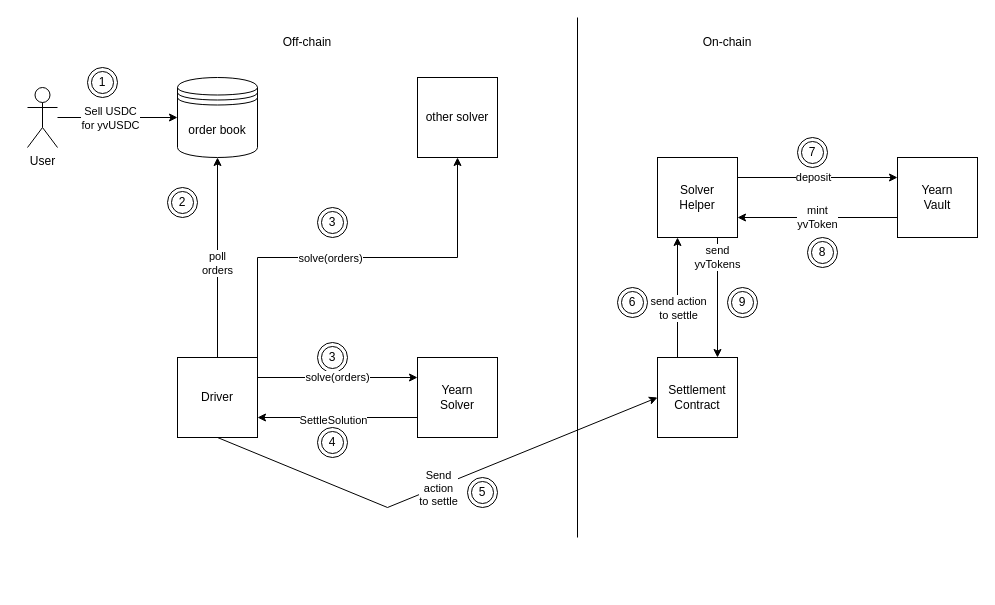
Earlier version of the draw.io diagram solver/SolverHelper.drawio (pata-eth/diagrams). Source tidied: cells renumbered, new cells numbered last; positions are measured from the earlier drawing's top-left corner, leaving out a move shared by most shapes. Both pictures are drawn from the tidied source at 100%, with x=0, y=0 at pixel (27, 17).
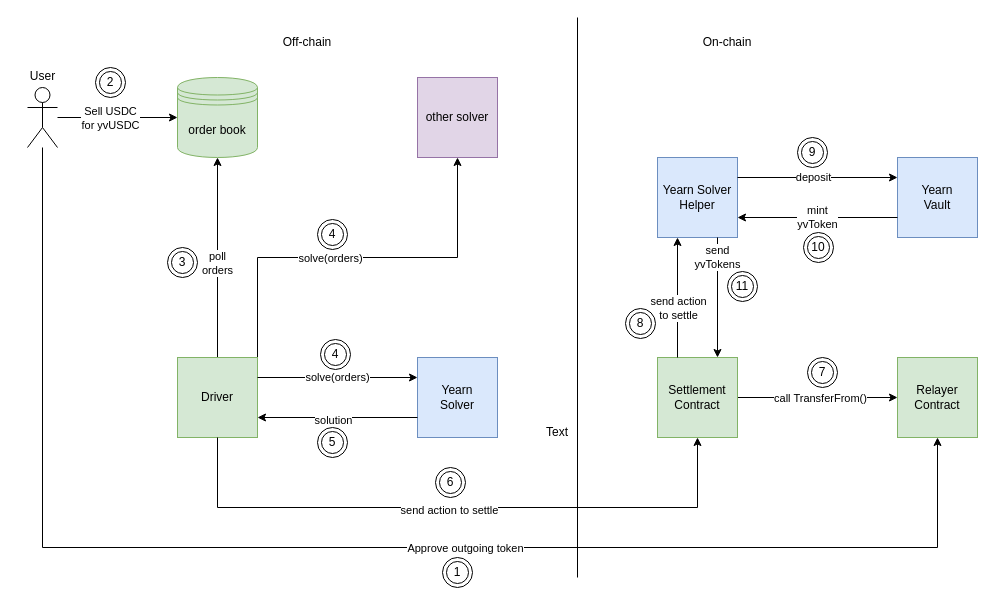
The same diagram, later.

Unchanged cells that the change refers to:
```xml
<mxCell id="22" style="endArrow=classic;html=1;rounded=0;exitX=0;exitY=0.75;exitDx=0;exitDy=0;entryX=1;entryY=0.75;entryDx=0;entryDy=0;" parent="1" edge="1" source="7" target="13">
  <mxGeometry relative="1" as="geometry" />
</mxCell>
```

What changed in the source:
```diff
@@
+    <mxCell id="40" style="edgeStyle=orthogonalEdgeStyle;rounded=0;jettySize=auto;html=1;entryX=0.5;entryY=1;entryDx=0;entryDy=0;" parent="1" edge="1" source="4" target="45">
+      <mxGeometry relative="1" as="geometry">
+        <Array as="points">
+          <mxPoint x="15" y="530" />
+          <mxPoint x="910" y="530" />
+        </Array>
+      </mxGeometry>
+    </mxCell>
+    <mxCell id="41" value="Approve outgoing token" style="edgeLabel;html=1;align=center;verticalAlign=middle;" parent="40" vertex="1">
+      <mxGeometry x="0.17" relative="1" as="geometry" />
+    </mxCell>
-    <mxCell id="4" value="User" style="shape=umlActor;verticalLabelPosition=bottom;verticalAlign=top;html=1;outlineConnect=0;" parent="1" vertex="1">
+    <mxCell id="4" style="shape=umlActor;verticalLabelPosition=bottom;verticalAlign=top;html=1;outlineConnect=0;" parent="1" vertex="1">
       <mxGeometry y="70" width="30" height="60" as="geometry" />
     </mxCell>
-    <mxCell id="5" value="order book" style="shape=datastore;whiteSpace=wrap;html=1;" parent="1" vertex="1">
+    <mxCell id="5" value="order book" style="shape=datastore;whiteSpace=wrap;html=1;fillColor=#d5e8d4;strokeColor=#82b366;" parent="1" vertex="1">
       <mxGeometry x="150" y="60" width="80" height="80" as="geometry" />
     </mxCell>
     <mxCell id="6" style="endArrow=none;html=1;rounded=0;" parent="1" edge="1">
       <mxGeometry relative="1" as="geometry">
-        <mxPoint x="550" y="520" as="sourcePoint" />
+        <mxPoint x="550" y="560" as="sourcePoint" />
         <mxPoint x="550" as="targetPoint" />
       </mxGeometry>
     </mxCell>
-    <mxCell id="7" value="Yearn &lt;br&gt;Solver" style="whiteSpace=wrap;html=1;" parent="1" vertex="1">
+    <mxCell id="7" value="Yearn &lt;br&gt;Solver" style="whiteSpace=wrap;html=1;fillColor=#dae8fc;strokeColor=#6c8ebf;" parent="1" vertex="1">
       <mxGeometry x="390" y="340" width="80" height="80" as="geometry" />
     </mxCell>
+    <mxCell id="42" style="edgeStyle=orthogonalEdgeStyle;rounded=0;jettySize=auto;html=1;exitX=1;exitY=0.5;exitDx=0;exitDy=0;entryX=0;entryY=0.5;entryDx=0;entryDy=0;" parent="1" edge="1" source="8" target="45">
+      <mxGeometry relative="1" as="geometry" />
+    </mxCell>
+    <mxCell id="43" value="call TransferFrom()" style="edgeLabel;html=1;align=center;verticalAlign=middle;" parent="42" vertex="1">
+      <mxGeometry x="0.21" relative="1" as="geometry">
+        <mxPoint x="-15" as="offset" />
+      </mxGeometry>
+    </mxCell>
-    <mxCell id="8" value="Settlement Contract" style="whiteSpace=wrap;html=1;" parent="1" vertex="1">
+    <mxCell id="8" value="Settlement Contract" style="whiteSpace=wrap;html=1;fillColor=#d5e8d4;strokeColor=#82b366;" parent="1" vertex="1">
       <mxGeometry x="630" y="340" width="80" height="80" as="geometry" />
     </mxCell>
@@
-    <mxCell id="13" value="Driver" style="whiteSpace=wrap;html=1;" parent="1" vertex="1">
+    <mxCell id="13" value="Driver" style="whiteSpace=wrap;html=1;fillColor=#d5e8d4;strokeColor=#82b366;" parent="1" vertex="1">
       <mxGeometry x="150" y="340" width="80" height="80" as="geometry" />
     </mxCell>
-    <mxCell id="14" value="other solver" style="whiteSpace=wrap;html=1;" parent="1" vertex="1">
+    <mxCell id="14" value="other solver" style="whiteSpace=wrap;html=1;fillColor=#e1d5e7;strokeColor=#9673a6;" parent="1" vertex="1">
       <mxGeometry x="390" y="60" width="80" height="80" as="geometry" />
     </mxCell>
-    <mxCell id="15" value="1" style="ellipse;shape=doubleEllipse;whiteSpace=wrap;html=1;" parent="1" vertex="1">
-      <mxGeometry x="60" y="50" width="30" height="30" as="geometry" />
+    <mxCell id="15" value="2" style="ellipse;shape=doubleEllipse;whiteSpace=wrap;html=1;" parent="1" vertex="1">
+      <mxGeometry x="68" y="50" width="30" height="30" as="geometry" />
     </mxCell>
-    <mxCell id="16" value="2" style="ellipse;shape=doubleEllipse;whiteSpace=wrap;html=1;" parent="1" vertex="1">
-      <mxGeometry x="140" y="170" width="30" height="30" as="geometry" />
+    <mxCell id="16" value="3" style="ellipse;shape=doubleEllipse;whiteSpace=wrap;html=1;" parent="1" vertex="1">
+      <mxGeometry x="140" y="230" width="30" height="30" as="geometry" />
     </mxCell>
-    <mxCell id="17" value="3" style="ellipse;shape=doubleEllipse;whiteSpace=wrap;html=1;" parent="1" vertex="1">
-      <mxGeometry x="290" y="190" width="30" height="30" as="geometry" />
+    <mxCell id="17" value="4" style="ellipse;shape=doubleEllipse;whiteSpace=wrap;html=1;" parent="1" vertex="1">
+      <mxGeometry x="290" y="202" width="30" height="30" as="geometry" />
     </mxCell>
-    <mxCell id="18" value="3" style="ellipse;shape=doubleEllipse;whiteSpace=wrap;html=1;" parent="1" vertex="1">
-      <mxGeometry x="290" y="325" width="30" height="30" as="geometry" />
+    <mxCell id="18" value="4" style="ellipse;shape=doubleEllipse;whiteSpace=wrap;html=1;" parent="1" vertex="1">
+      <mxGeometry x="293" y="322" width="30" height="30" as="geometry" />
     </mxCell>
-    <mxCell id="19" value="4" style="ellipse;shape=doubleEllipse;whiteSpace=wrap;html=1;" parent="1" vertex="1">
+    <mxCell id="19" value="5" style="ellipse;shape=doubleEllipse;whiteSpace=wrap;html=1;" parent="1" vertex="1">
       <mxGeometry x="290" y="410" width="30" height="30" as="geometry" />
     </mxCell>
@@
-    <mxCell id="23" value="SettleSolution" style="edgeLabel;html=1;align=center;verticalAlign=middle;" parent="22" vertex="1">
+    <mxCell id="23" value="solution" style="edgeLabel;html=1;align=center;verticalAlign=middle;" parent="22" vertex="1">
       <mxGeometry x="0.15" y="2" relative="1" as="geometry">
         <mxPoint x="7" as="offset" />
       </mxGeometry>
     </mxCell>
-    <mxCell id="24" value="Solver&lt;br&gt;Helper" style="whiteSpace=wrap;html=1;" parent="1" vertex="1">
+    <mxCell id="24" value="Yearn Solver&lt;br&gt;Helper" style="whiteSpace=wrap;html=1;fillColor=#dae8fc;strokeColor=#6c8ebf;" parent="1" vertex="1">
       <mxGeometry x="630" y="140" width="80" height="80" as="geometry" />
     </mxCell>
@@
-    <mxCell id="26" style="endArrow=classic;html=1;rounded=0;exitX=0.5;exitY=1;exitDx=0;exitDy=0;entryX=0;entryY=0.5;entryDx=0;entryDy=0;" parent="1" edge="1" source="13" target="8">
+    <mxCell id="26" style="endArrow=classic;html=1;rounded=0;exitX=0.5;exitY=1;exitDx=0;exitDy=0;entryX=0.5;entryY=1;entryDx=0;entryDy=0;" parent="1" edge="1" source="13" target="8">
       <mxGeometry relative="1" as="geometry">
         <Array as="points">
-          <mxPoint x="360" y="490" />
+          <mxPoint x="190" y="490" />
+          <mxPoint x="670" y="490" />
         </Array>
       </mxGeometry>
     </mxCell>
-    <mxCell id="27" value="Send &lt;br&gt;action&lt;br&gt;to settle" style="edgeLabel;html=1;align=center;verticalAlign=middle;" parent="26" vertex="1">
-      <mxGeometry y="-1" relative="1" as="geometry" />
-    </mxCell>
+    <mxCell id="44" value="send action to settle" style="edgeLabel;html=1;align=center;verticalAlign=middle;" parent="26" vertex="1">
+      <mxGeometry x="-0.22" y="-2" relative="1" as="geometry">
+        <mxPoint x="59" as="offset" />
+      </mxGeometry>
+    </mxCell>
-    <mxCell id="28" value="Yearn &lt;br&gt;Vault" style="whiteSpace=wrap;html=1;" parent="1" vertex="1">
+    <mxCell id="28" value="Yearn &lt;br&gt;Vault" style="whiteSpace=wrap;html=1;fillColor=#dae8fc;strokeColor=#6c8ebf;" parent="1" vertex="1">
       <mxGeometry x="870" y="140" width="80" height="80" as="geometry" />
     </mxCell>
-    <mxCell id="29" value="5" style="ellipse;shape=doubleEllipse;whiteSpace=wrap;html=1;" parent="1" vertex="1">
-      <mxGeometry x="440" y="460" width="30" height="30" as="geometry" />
+    <mxCell id="29" value="6" style="ellipse;shape=doubleEllipse;whiteSpace=wrap;html=1;" parent="1" vertex="1">
+      <mxGeometry x="408" y="450" width="30" height="30" as="geometry" />
     </mxCell>
@@
-    <mxCell id="34" value="6" style="ellipse;shape=doubleEllipse;whiteSpace=wrap;html=1;" parent="1" vertex="1">
-      <mxGeometry x="590" y="270" width="30" height="30" as="geometry" />
+    <mxCell id="34" value="8" style="ellipse;shape=doubleEllipse;whiteSpace=wrap;html=1;" parent="1" vertex="1">
+      <mxGeometry x="598" y="291" width="30" height="30" as="geometry" />
     </mxCell>
-    <mxCell id="35" value="7" style="ellipse;shape=doubleEllipse;whiteSpace=wrap;html=1;" parent="1" vertex="1">
+    <mxCell id="35" value="9" style="ellipse;shape=doubleEllipse;whiteSpace=wrap;html=1;" parent="1" vertex="1">
       <mxGeometry x="770" y="120" width="30" height="30" as="geometry" />
     </mxCell>
@@
-    <mxCell id="37" value="8" style="ellipse;shape=doubleEllipse;whiteSpace=wrap;html=1;" parent="1" vertex="1">
-      <mxGeometry x="780" y="220" width="30" height="30" as="geometry" />
+    <mxCell id="37" value="10" style="ellipse;shape=doubleEllipse;whiteSpace=wrap;html=1;" parent="1" vertex="1">
+      <mxGeometry x="776" y="215" width="30" height="30" as="geometry" />
     </mxCell>
@@
-    <mxCell id="39" value="9" style="ellipse;shape=doubleEllipse;whiteSpace=wrap;html=1;" parent="1" vertex="1">
-      <mxGeometry x="700" y="270" width="30" height="30" as="geometry" />
+    <mxCell id="39" value="11" style="ellipse;shape=doubleEllipse;whiteSpace=wrap;html=1;" parent="1" vertex="1">
+      <mxGeometry x="700" y="254" width="30" height="30" as="geometry" />
     </mxCell>
+    <mxCell id="45" value="Relayer Contract" style="whiteSpace=wrap;html=1;fillColor=#d5e8d4;strokeColor=#82b366;" parent="1" vertex="1">
+      <mxGeometry x="870" y="340" width="80" height="80" as="geometry" />
+    </mxCell>
+    <mxCell id="46" value="7" style="ellipse;shape=doubleEllipse;whiteSpace=wrap;html=1;" parent="1" vertex="1">
+      <mxGeometry x="780" y="340" width="30" height="30" as="geometry" />
+    </mxCell>
+    <mxCell id="47" value="1" style="ellipse;shape=doubleEllipse;whiteSpace=wrap;html=1;" parent="1" vertex="1">
+      <mxGeometry x="415" y="540" width="30" height="30" as="geometry" />
+    </mxCell>
+    <mxCell id="48" value="Text" style="text;html=1;strokeColor=none;fillColor=none;align=center;verticalAlign=middle;whiteSpace=wrap;rounded=0;" parent="1" vertex="1">
+      <mxGeometry x="500" y="400" width="60" height="30" as="geometry" />
+    </mxCell>
+    <mxCell id="49" value="User" style="text;html=1;align=center;verticalAlign=middle;strokeColor=none;fillColor=none;" parent="1" vertex="1">
+      <mxGeometry x="-10" y="44" width="50" height="30" as="geometry" />
+    </mxCell>
```
